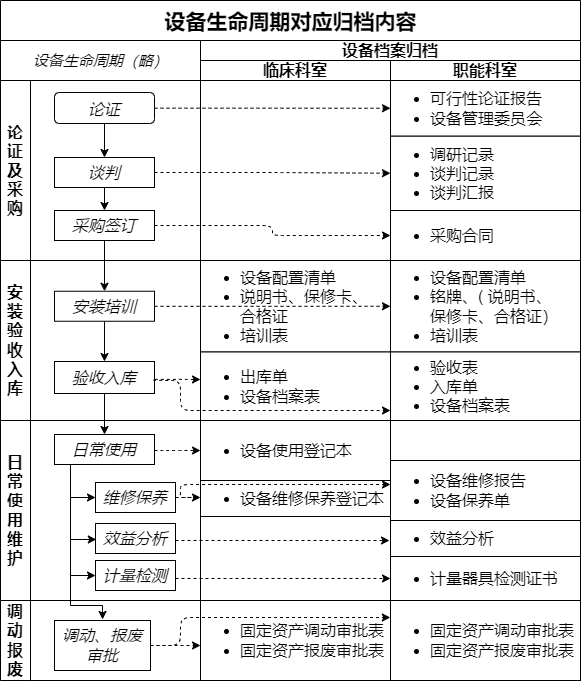
Earlier version of the draw.io export 档案管理流程.png (CN-DXTZ/CLRS). Source tidied: cells renumbered, new cells last; positions are measured from the earlier drawing's top-left corner, leaving out a move shared by most shapes.
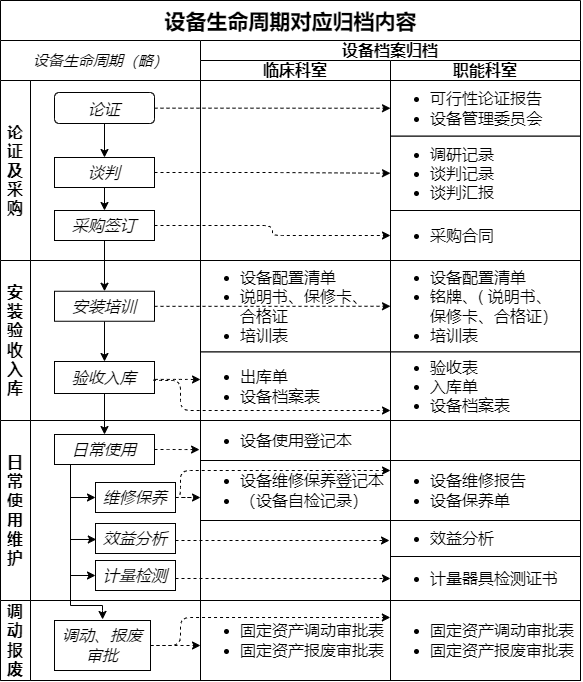
The same diagram one commit later.

Commit message:
更新档案管理流程.png

Diff of the diagram source:
```diff
@@ -106,11 +106,11 @@
     <mxCell id="31" value="&lt;p class=&quot;MsoNormal&quot; style=&quot;font-size: 16px;&quot;&gt;&lt;/p&gt;&lt;div style=&quot;font-size: 16px;&quot;&gt;&lt;ul style=&quot;font-size: 16px;&quot;&gt;&lt;li style=&quot;font-size: 16px;&quot;&gt;出库单&lt;/li&gt;&lt;li style=&quot;font-size: 16px;&quot;&gt;设备档案表&lt;/li&gt;&lt;/ul&gt;&lt;/div&gt;&lt;p style=&quot;font-size: 16px;&quot;&gt;&lt;/p&gt;" style="rounded=0;whiteSpace=wrap;html=1;fontSize=16;spacing=0;align=left;" parent="29" vertex="1">
       <mxGeometry y="291.5" width="190" height="68.5" as="geometry" />
     </mxCell>
-    <mxCell id="32" value="&lt;p class=&quot;MsoNormal&quot; style=&quot;font-size: 16px;&quot;&gt;&lt;/p&gt;&lt;div style=&quot;font-size: 16px;&quot;&gt;&lt;ul style=&quot;font-size: 16px;&quot;&gt;&lt;li style=&quot;font-size: 16px;&quot;&gt;&lt;span style=&quot;background-color: initial; font-size: 16px;&quot;&gt;设备维修保养登记本&lt;/span&gt;&lt;br style=&quot;font-size: 16px;&quot;&gt;&lt;/li&gt;&lt;/ul&gt;&lt;/div&gt;&lt;p style=&quot;font-size: 16px;&quot;&gt;&lt;/p&gt;" style="rounded=0;whiteSpace=wrap;html=1;fontSize=16;spacing=0;align=left;" parent="29" vertex="1">
-      <mxGeometry y="420" width="190" height="36" as="geometry" />
+    <mxCell id="32" value="&lt;p class=&quot;MsoNormal&quot; style=&quot;font-size: 16px;&quot;&gt;&lt;/p&gt;&lt;div style=&quot;font-size: 16px;&quot;&gt;&lt;ul style=&quot;font-size: 16px;&quot;&gt;&lt;li style=&quot;border-color: var(--border-color);&quot;&gt;设备维修保养登记本&lt;/li&gt;&lt;li style=&quot;border-color: var(--border-color);&quot;&gt;（设备自检记录）&lt;/li&gt;&lt;/ul&gt;&lt;/div&gt;&lt;p style=&quot;font-size: 16px;&quot;&gt;&lt;/p&gt;" style="rounded=0;whiteSpace=wrap;html=1;fontSize=16;spacing=0;align=left;" parent="29" vertex="1">
+      <mxGeometry y="400" width="190" height="60" as="geometry" />
     </mxCell>
     <mxCell id="33" value="&lt;p class=&quot;MsoNormal&quot; style=&quot;font-size: 16px;&quot;&gt;&lt;/p&gt;&lt;div style=&quot;font-size: 16px;&quot;&gt;&lt;ul style=&quot;font-size: 16px;&quot;&gt;&lt;li style=&quot;border-color: var(--border-color);&quot;&gt;设备使用登记本&lt;/li&gt;&lt;/ul&gt;&lt;/div&gt;&lt;p style=&quot;font-size: 16px;&quot;&gt;&lt;/p&gt;" style="rounded=0;whiteSpace=wrap;html=1;fontSize=16;spacing=0;align=left;" parent="29" vertex="1">
-      <mxGeometry y="360" width="190" height="60" as="geometry" />
+      <mxGeometry y="360" width="190" height="40" as="geometry" />
     </mxCell>
     <mxCell id="34" value="&lt;p class=&quot;MsoNormal&quot; style=&quot;font-size: 16px;&quot;&gt;&lt;/p&gt;&lt;div style=&quot;font-size: 16px;&quot;&gt;&lt;ul style=&quot;font-size: 16px;&quot;&gt;&lt;li style=&quot;border-color: var(--border-color);&quot;&gt;固定资产调动审批表&lt;/li&gt;&lt;li style=&quot;border-color: var(--border-color);&quot;&gt;固定资产报废审批表&lt;/li&gt;&lt;/ul&gt;&lt;/div&gt;&lt;p style=&quot;font-size: 16px;&quot;&gt;&lt;/p&gt;" style="rounded=0;whiteSpace=wrap;html=1;fontSize=16;spacing=0;align=left;" parent="29" vertex="1">
       <mxGeometry y="540" width="190" height="80" as="geometry" />
@@ -174,13 +174,8 @@
         </Array>
       </mxGeometry>
     </mxCell>
-    <mxCell id="49" style="edgeStyle=orthogonalEdgeStyle;rounded=1;jettySize=auto;html=1;entryX=0;entryY=0.5;entryDx=0;entryDy=0;dashed=1;" parent="2" edge="1" source="21" target="33">
-      <mxGeometry relative="1" as="geometry">
-        <Array as="points">
-          <mxPoint x="170" y="450" />
-          <mxPoint x="170" y="450" />
-        </Array>
-      </mxGeometry>
+    <mxCell id="49" style="edgeStyle=orthogonalEdgeStyle;rounded=1;jettySize=auto;html=1;entryX=-0.005;entryY=0.727;entryDx=0;entryDy=0;dashed=1;entryPerimeter=0;" parent="2" edge="1" source="21" target="33">
+      <mxGeometry relative="1" as="geometry" />
     </mxCell>
     <mxCell id="50" style="edgeStyle=orthogonalEdgeStyle;rounded=1;jettySize=auto;html=1;dashed=1;entryX=-0.001;entryY=0.212;entryDx=0;entryDy=0;entryPerimeter=0;" parent="2" edge="1" source="26" target="43">
       <mxGeometry relative="1" as="geometry">
@@ -203,11 +198,11 @@
       <mxGeometry relative="1" as="geometry">
         <Array as="points">
           <mxPoint x="180" y="497" />
-          <mxPoint x="180" y="484" />
+          <mxPoint x="180" y="470" />
         </Array>
       </mxGeometry>
     </mxCell>
-    <mxCell id="53" style="edgeStyle=orthogonalEdgeStyle;rounded=0;jettySize=auto;html=1;entryX=0;entryY=0.472;entryDx=0;entryDy=0;entryPerimeter=0;dashed=1;" parent="2" edge="1" source="23" target="32">
+    <mxCell id="53" style="edgeStyle=orthogonalEdgeStyle;rounded=0;jettySize=auto;html=1;entryX=0;entryY=0.617;entryDx=0;entryDy=0;entryPerimeter=0;dashed=1;" parent="2" edge="1" source="23" target="32">
       <mxGeometry relative="1" as="geometry" />
     </mxCell>
     <mxCell id="54" style="edgeStyle=orthogonalEdgeStyle;rounded=0;jettySize=auto;html=1;dashed=1;" parent="2" edge="1" source="26" target="34">
```
